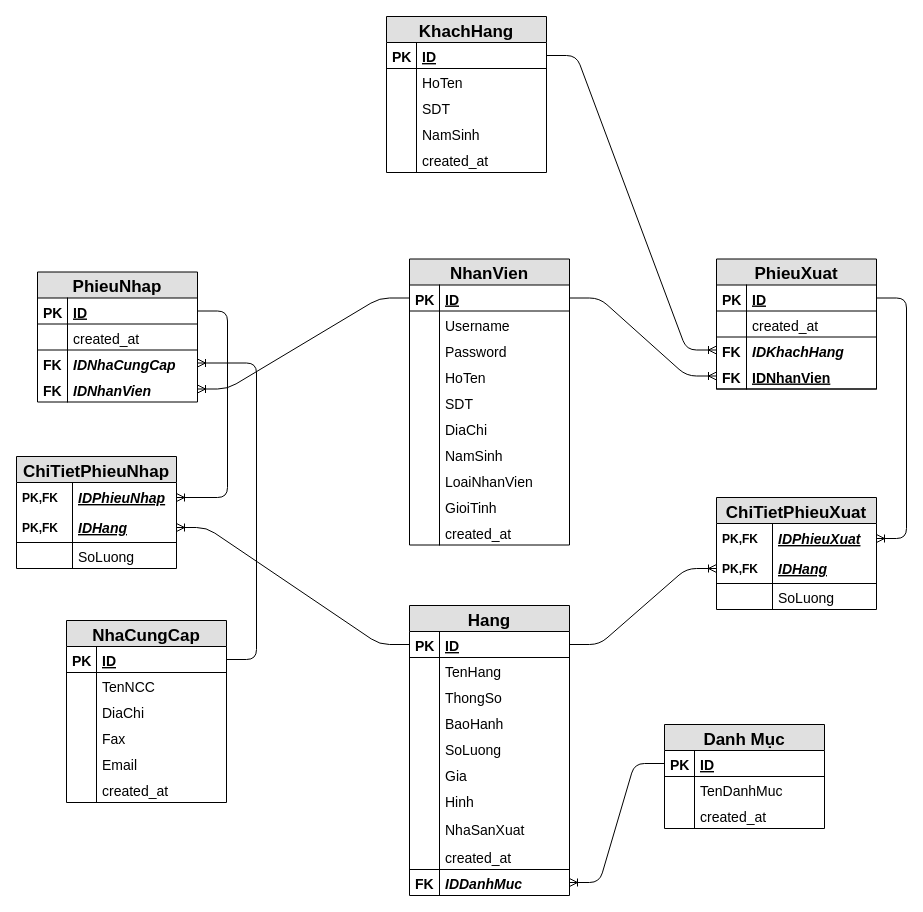
Earlier version of the draw.io diagram DatabaseAnalyst/final/edit/SoDoThucTheLienKet.drawio (thienqnpro02/school). Source tidied: cells renumbered, new cells numbered last; positions are measured from the earlier drawing's top-left corner, leaving out a move shared by most shapes. Both pictures are drawn from the tidied source at 100%, with x=0, y=0 at pixel (16, 16).
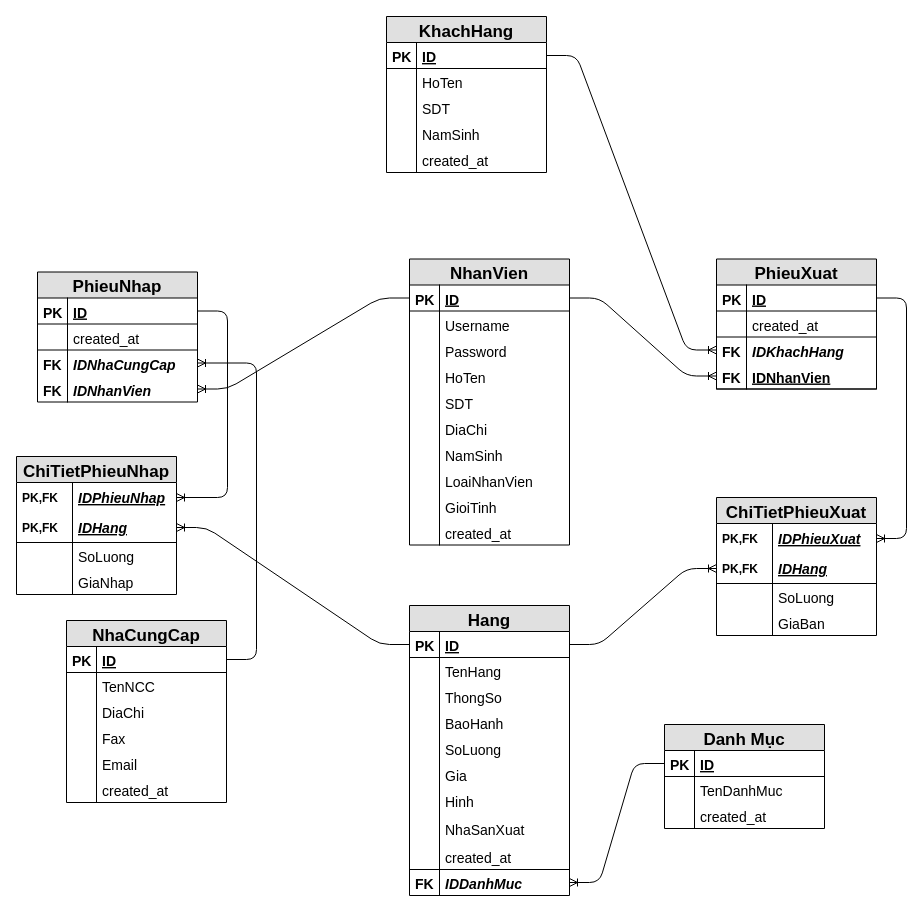
The same page after the edit.

Diff of the diagram source:
```diff
@@
     <mxCell id="74" value="ChiTietPhieuNhap" style="swimlane;fontStyle=1;horizontal=1;startSize=26;fillColor=#e0e0e0;swimlaneFillColor=#ffffff;align=center;fontSize=17;" parent="1" vertex="1">
-      <mxGeometry y="440" width="160" height="112" as="geometry" />
+      <mxGeometry y="440" width="160" height="138" as="geometry" />
     </mxCell>
@@
+    <mxCell id="116" value="GiaNhap" style="shape=partialRectangle;top=0;left=0;right=0;bottom=0;align=left;verticalAlign=top;fillColor=none;spacingLeft=60;spacingRight=4;overflow=hidden;fontSize=14;" parent="74" vertex="1">
+      <mxGeometry y="112" width="160" height="26" as="geometry" />
+    </mxCell>
+    <mxCell id="117" style="shape=partialRectangle;top=0;left=0;bottom=0;fillColor=none;align=left;verticalAlign=top;spacingLeft=4;spacingRight=4;overflow=hidden;fontSize=12;" parent="116" vertex="1">
+      <mxGeometry width="56" height="26" as="geometry" />
+    </mxCell>
@@
     <mxCell id="90" value="ChiTietPhieuXuat" style="swimlane;fontStyle=1;horizontal=1;startSize=26;fillColor=#e0e0e0;swimlaneFillColor=#ffffff;align=center;fontSize=17;" parent="1" vertex="1">
-      <mxGeometry x="700" y="481" width="160" height="112" as="geometry" />
+      <mxGeometry x="700" y="481" width="160" height="138" as="geometry" />
     </mxCell>
@@
+    <mxCell id="118" value="GiaBan" style="shape=partialRectangle;top=0;left=0;right=0;bottom=0;align=left;verticalAlign=top;fillColor=none;spacingLeft=60;spacingRight=4;overflow=hidden;fontSize=14;" parent="90" vertex="1">
+      <mxGeometry y="112" width="160" height="26" as="geometry" />
+    </mxCell>
+    <mxCell id="119" style="shape=partialRectangle;top=0;left=0;bottom=0;fillColor=none;align=left;verticalAlign=top;spacingLeft=4;spacingRight=4;overflow=hidden;fontSize=12;" parent="118" vertex="1">
+      <mxGeometry width="56" height="26" as="geometry" />
+    </mxCell>
```
